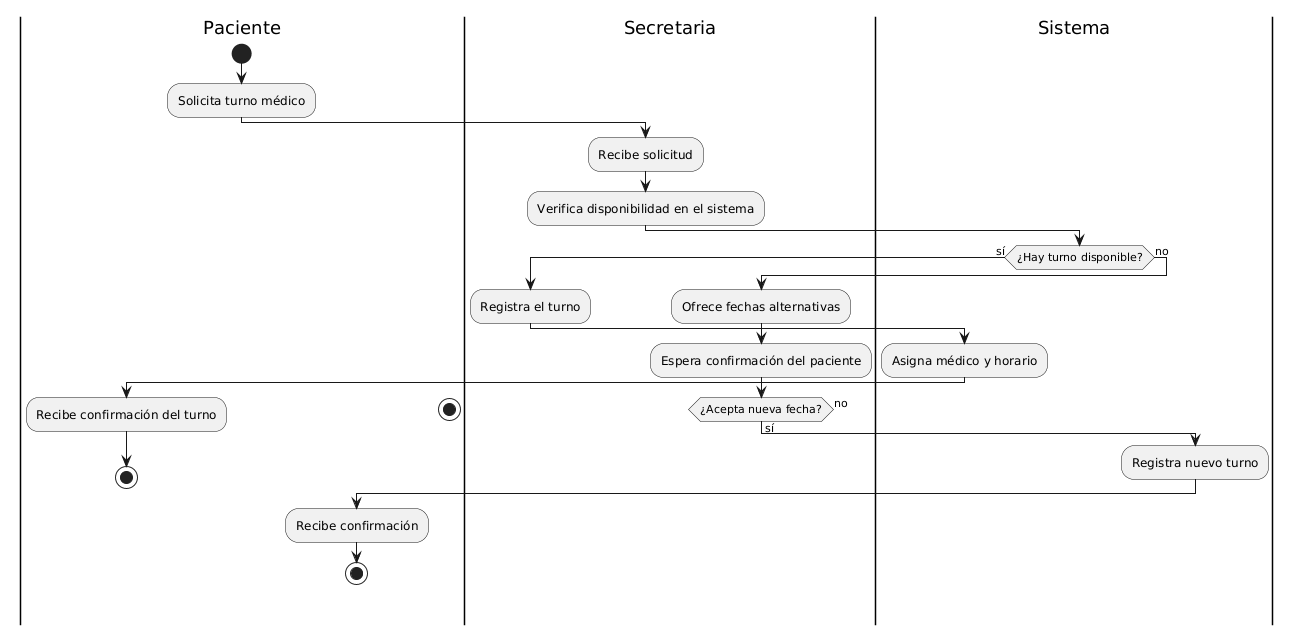
Above: diagramas/04-diagramas-actividades/04-actividad-registrar-turno-medico-01.png in Purezaamor/SistemaTurnosMedicos (PlantUML), before the change. The source it was exported from:
```plantuml
@startuml
|Paciente|
start
:Solicita turno médico;

|Secretaria|
:Recibe solicitud;
:Verifica disponibilidad en el sistema;

|Sistema|
if (¿Hay turno disponible?) then (sí)
  |Secretaria|
  :Registra el turno;
  |Sistema|
  :Asigna médico y horario;
  |Paciente|
  :Recibe confirmación del turno;
  stop
else (no)
  |Secretaria|
  :Ofrece fechas alternativas;
  :Espera confirmación del paciente;
  if (¿Acepta nueva fecha?) then (sí)
    |Sistema|
    :Registra nuevo turno;
    |Paciente|
    :Recibe confirmación;
    stop
  else (no)
    stop
  endif
endif
@enduml
```
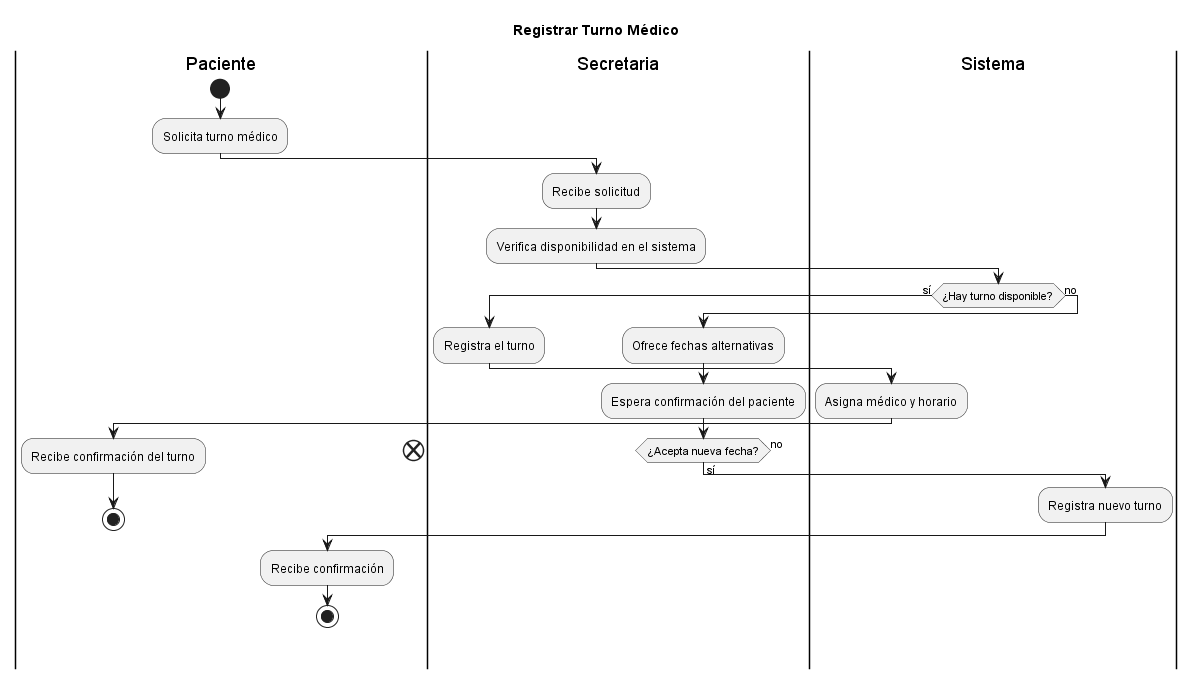
The same file after the commit.

Commit message:
fix: corregir RC1, RC2, RC3 - titles y stop/end en diagramas de actividad

Change to the diagram source:
```diff
@@ -1,4 +1,5 @@
 @startuml
+title "Registrar Turno Médico"
 |Paciente|
 start
 :Solicita turno médico;
@@ -27,7 +28,7 @@
     :Recibe confirmación;
     stop
   else (no)
-    stop
+    end
   endif
 endif
 @enduml
```
